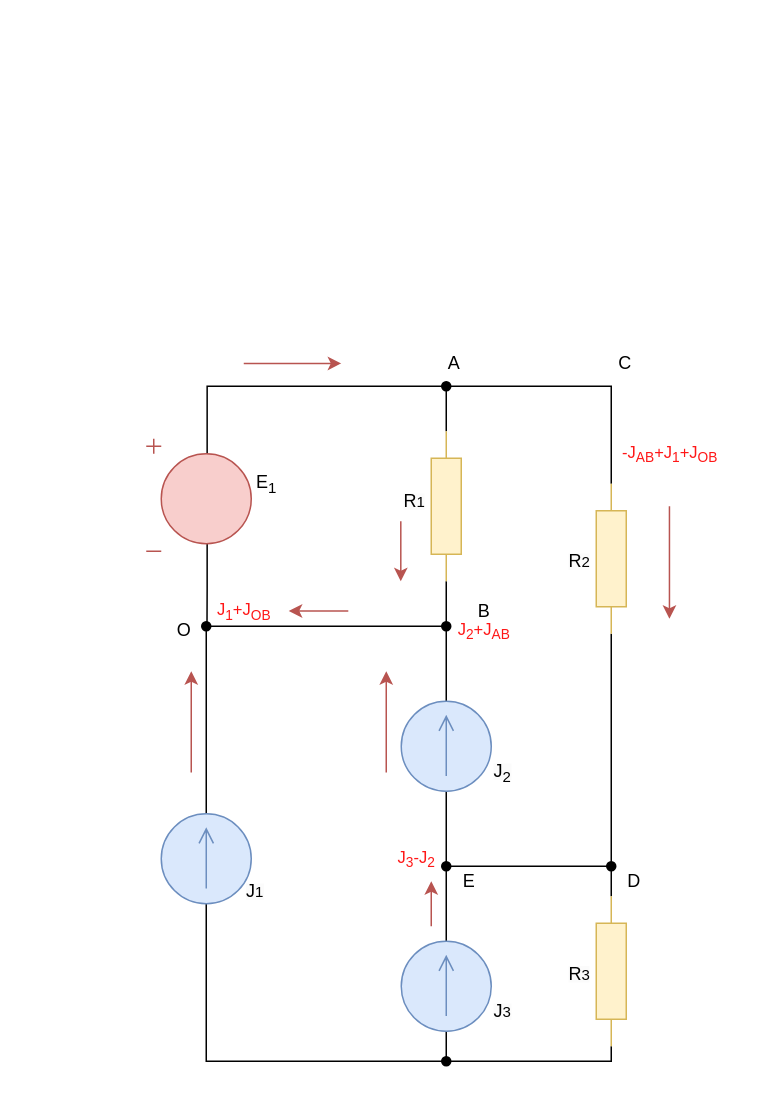
Before: page "task_calculations" (4 of 4) of lab1/lab1.drawio in nlrezortiez/eltex_23-24, a draw.io diagram. Source tidied: cells renumbered, new cells numbered last; positions are measured from the earlier drawing's top-left corner, leaving out a move shared by most shapes. Both pictures are drawn from the tidied source at 150%, with x=0, y=0 at pixel (26, 26).
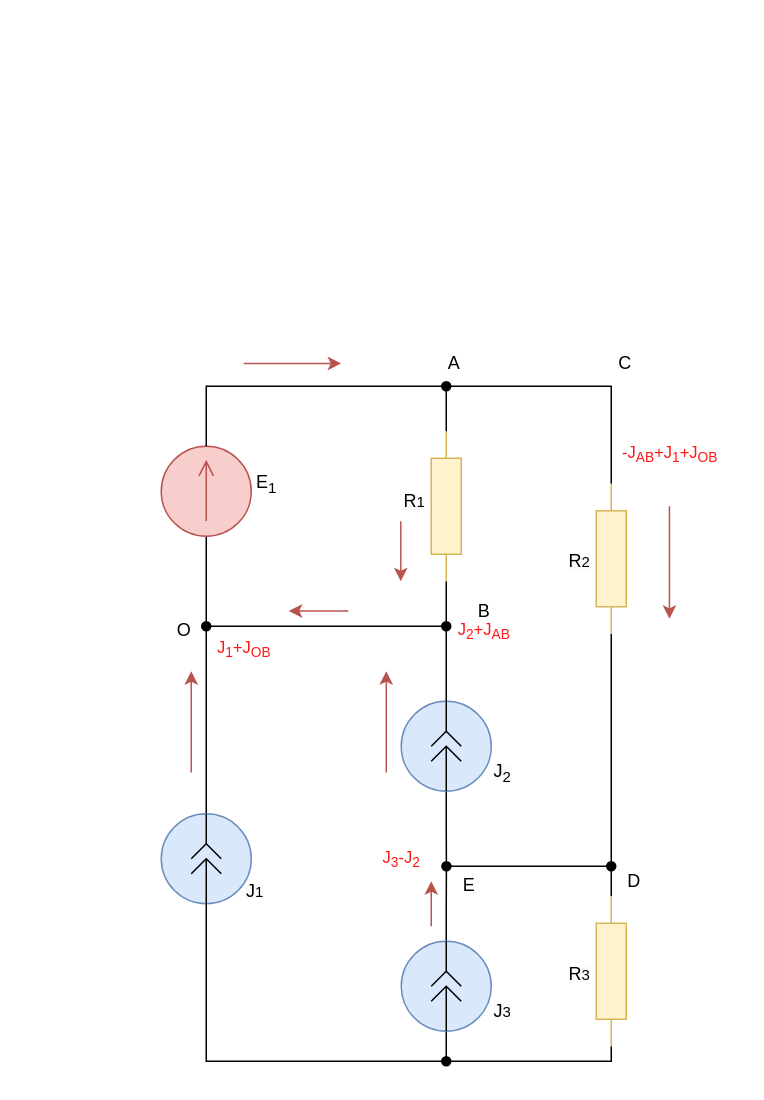
The same diagram, later.

The change refers to these unchanged cells:
```xml
<mxCell id="9" style="verticalLabelPosition=bottom;shadow=0;dashed=0;align=center;html=1;verticalAlign=top;shape=mxgraph.electrical.resistors.resistor_1;direction=south;fillColor=#fff2cc;strokeColor=#d6b656;" parent="1" vertex="1">
  <mxGeometry x="270" y="270" width="20" height="100" as="geometry" />
</mxCell>
```

What changed in the source:
```diff
@@
-    <mxCell id="2" style="edgeStyle=orthogonalEdgeStyle;rounded=0;jettySize=auto;html=1;exitX=0.58;exitY=0.135;exitDx=0;exitDy=0;exitPerimeter=0;entryX=0;entryY=0.5;entryDx=0;entryDy=0;entryPerimeter=0;endArrow=none;endFill=0;" parent="1" edge="1" source="4" target="9">
-      <mxGeometry relative="1" as="geometry">
-        <Array as="points">
-          <mxPoint x="121" y="240" />
-          <mxPoint x="280" y="240" />
-        </Array>
-      </mxGeometry>
-    </mxCell>
-    <mxCell id="3" style="edgeStyle=orthogonalEdgeStyle;rounded=0;jettySize=auto;html=1;exitX=0.58;exitY=0.935;exitDx=0;exitDy=0;exitPerimeter=0;endArrow=none;endFill=0;" parent="1" edge="1" source="4">
-      <mxGeometry relative="1" as="geometry">
-        <mxPoint x="120.5" y="400" as="targetPoint" />
-      </mxGeometry>
-    </mxCell>
-    <mxCell id="4" style="verticalLabelPosition=bottom;shadow=0;dashed=0;align=center;html=1;verticalAlign=top;shape=mxgraph.electrical.signal_sources.dc_source_1;fillColor=#f8cecc;strokeColor=#b85450;" parent="1" vertex="1">
-      <mxGeometry x="80" y="275" width="70" height="75" as="geometry" />
-    </mxCell>
@@
-    <mxCell id="13" style="edgeStyle=orthogonalEdgeStyle;rounded=0;jettySize=auto;html=1;exitX=0;exitY=0.5;exitDx=0;exitDy=0;exitPerimeter=0;entryX=0;entryY=0.5;entryDx=0;entryDy=0;entryPerimeter=0;endArrow=none;endFill=0;" parent="1" edge="1" source="15" target="20">
-      <mxGeometry relative="1" as="geometry" />
-    </mxCell>
-    <mxCell id="14" style="edgeStyle=orthogonalEdgeStyle;rounded=0;jettySize=auto;html=1;exitX=1;exitY=0.5;exitDx=0;exitDy=0;exitPerimeter=0;endArrow=oval;endFill=1;" parent="1" edge="1" source="15">
+    <mxCell id="14" style="edgeStyle=orthogonalEdgeStyle;rounded=0;orthogonalLoop=1;jettySize=auto;html=1;exitX=1;exitY=0.5;exitDx=0;exitDy=0;exitPerimeter=0;endArrow=oval;endFill=1;" parent="1" edge="1">
       <mxGeometry relative="1" as="geometry">
+        <mxPoint x="120" y="525" as="sourcePoint" />
         <mxPoint x="120" y="400" as="targetPoint" />
       </mxGeometry>
     </mxCell>
-    <mxCell id="15" style="verticalLabelPosition=bottom;shadow=0;dashed=0;align=center;html=1;verticalAlign=top;shape=mxgraph.electrical.signal_sources.source;points=[[0.5,0,0],[1,0.5,0],[0.5,1,0],[0,0.5,0]];elSignalType=dc1;direction=north;fillColor=#dae8fc;strokeColor=#6c8ebf;" parent="1" vertex="1">
-      <mxGeometry x="90" y="525" width="60" height="60" as="geometry" />
-    </mxCell>
-    <mxCell id="16" style="edgeStyle=orthogonalEdgeStyle;rounded=0;jettySize=auto;html=1;exitX=0;exitY=0.5;exitDx=0;exitDy=0;exitPerimeter=0;endArrow=none;endFill=0;" parent="1" edge="1" source="18">
-      <mxGeometry relative="1" as="geometry">
-        <mxPoint x="280" y="560" as="targetPoint" />
-      </mxGeometry>
-    </mxCell>
-    <mxCell id="17" style="edgeStyle=orthogonalEdgeStyle;rounded=0;jettySize=auto;html=1;exitX=1;exitY=0.5;exitDx=0;exitDy=0;exitPerimeter=0;endArrow=none;endFill=0;" parent="1" edge="1" source="18">
-      <mxGeometry relative="1" as="geometry">
-        <mxPoint x="120" y="400" as="targetPoint" />
-        <Array as="points">
-          <mxPoint x="280" y="400" />
-        </Array>
-      </mxGeometry>
-    </mxCell>
-    <mxCell id="18" style="verticalLabelPosition=bottom;shadow=0;dashed=0;align=center;html=1;verticalAlign=top;shape=mxgraph.electrical.signal_sources.source;points=[[0.5,0,0],[1,0.5,0],[0.5,1,0],[0,0.5,0]];elSignalType=dc1;direction=north;fillColor=#dae8fc;strokeColor=#6c8ebf;" parent="1" vertex="1">
-      <mxGeometry x="250" y="450" width="60" height="60" as="geometry" />
-    </mxCell>
-    <mxCell id="19" style="edgeStyle=orthogonalEdgeStyle;rounded=0;jettySize=auto;html=1;exitX=1;exitY=0.5;exitDx=0;exitDy=0;exitPerimeter=0;endArrow=oval;endFill=1;" parent="1" edge="1" source="20">
-      <mxGeometry relative="1" as="geometry">
-        <mxPoint x="280" y="560" as="targetPoint" />
-      </mxGeometry>
-    </mxCell>
-    <mxCell id="20" style="verticalLabelPosition=bottom;shadow=0;dashed=0;align=center;html=1;verticalAlign=top;shape=mxgraph.electrical.signal_sources.source;points=[[0.5,0,0],[1,0.5,0],[0.5,1,0],[0,0.5,0]];elSignalType=dc1;direction=north;fillColor=#dae8fc;strokeColor=#6c8ebf;" parent="1" vertex="1">
-      <mxGeometry x="250" y="610" width="60" height="60" as="geometry" />
-    </mxCell>
@@
     <mxCell id="34" value="E" style="text;html=1;align=center;verticalAlign=middle;strokeColor=none;fillColor=none;" parent="1" vertex="1">
-      <mxGeometry x="280" y="555" width="30" height="30" as="geometry" />
+      <mxGeometry x="280" y="557.5" width="30" height="30" as="geometry" />
     </mxCell>
@@
     <mxCell id="39" value="&lt;font color=&quot;#ff1717&quot; style=&quot;font-size: 11px;&quot;&gt;J&lt;sub&gt;3&lt;/sub&gt;-J&lt;sub&gt;2&lt;/sub&gt;&lt;/font&gt;" style="text;html=1;align=center;verticalAlign=middle;strokeColor=none;fillColor=none;rotation=0;" parent="1" vertex="1">
-      <mxGeometry x="235" y="540" width="50" height="30" as="geometry" />
+      <mxGeometry x="225" y="540" width="50" height="30" as="geometry" />
     </mxCell>
@@
     <mxCell id="43" value="&lt;font style=&quot;font-size: 11px;&quot;&gt;&lt;font color=&quot;#ff1717&quot; style=&quot;font-size: 11px;&quot;&gt;J&lt;/font&gt;&lt;font color=&quot;#ff1717&quot; style=&quot;font-size: 11px;&quot;&gt;&lt;sub&gt;1&lt;/sub&gt;+J&lt;/font&gt;&lt;font color=&quot;#ff1717&quot; style=&quot;font-size: 11px;&quot;&gt;&lt;sub style=&quot;&quot;&gt;OB&lt;/sub&gt;&lt;/font&gt;&lt;/font&gt;" style="text;html=1;align=center;verticalAlign=middle;strokeColor=none;fillColor=none;rotation=0;" parent="1" vertex="1">
-      <mxGeometry x="115" y="375" width="60" height="30" as="geometry" />
+      <mxGeometry x="115" y="400" width="60" height="30" as="geometry" />
     </mxCell>
@@
+    <mxCell id="46" style="ellipse;whiteSpace=wrap;html=1;fillColor=#dae8fc;strokeColor=#6c8ebf;" parent="1" vertex="1">
+      <mxGeometry x="90" y="525" width="60" height="60" as="geometry" />
+    </mxCell>
+    <mxCell id="47" style="verticalLabelPosition=bottom;shadow=0;dashed=0;align=center;html=1;verticalAlign=top;shape=mxgraph.electrical.miscellaneous.plug_socket_connection;" parent="1" vertex="1">
+      <mxGeometry x="110" y="545" width="20" height="20" as="geometry" />
+    </mxCell>
+    <mxCell id="48" style="endArrow=none;html=1;rounded=0;exitX=0.5;exitY=1;exitDx=0;exitDy=0;entryX=0.5;entryY=0.5;entryDx=0;entryDy=0;entryPerimeter=0;" parent="1" edge="1" source="46" target="47">
+      <mxGeometry relative="1" as="geometry" />
+    </mxCell>
+    <mxCell id="49" style="endArrow=none;html=1;rounded=0;exitX=0.5;exitY=0;exitDx=0;exitDy=0;entryX=0.5;entryY=0;entryDx=0;entryDy=0;exitPerimeter=0;" parent="1" edge="1" source="47" target="46">
+      <mxGeometry relative="1" as="geometry" />
+    </mxCell>
+    <mxCell id="50" style="edgeStyle=orthogonalEdgeStyle;rounded=0;jettySize=auto;html=1;exitX=0.5;exitY=0;exitDx=0;exitDy=0;endArrow=oval;endFill=1;" parent="1" edge="1" source="52">
+      <mxGeometry relative="1" as="geometry">
+        <mxPoint x="280.1" y="560" as="targetPoint" />
+      </mxGeometry>
+    </mxCell>
+    <mxCell id="51" style="edgeStyle=orthogonalEdgeStyle;rounded=0;jettySize=auto;html=1;exitX=0.5;exitY=1;exitDx=0;exitDy=0;entryX=0.5;entryY=1;entryDx=0;entryDy=0;endArrow=none;endFill=0;" parent="1" edge="1" source="52" target="46">
+      <mxGeometry relative="1" as="geometry" />
+    </mxCell>
+    <mxCell id="52" style="ellipse;whiteSpace=wrap;html=1;fillColor=#dae8fc;strokeColor=#6c8ebf;" parent="1" vertex="1">
+      <mxGeometry x="250" y="610" width="60" height="60" as="geometry" />
+    </mxCell>
+    <mxCell id="53" style="verticalLabelPosition=bottom;shadow=0;dashed=0;align=center;html=1;verticalAlign=top;shape=mxgraph.electrical.miscellaneous.plug_socket_connection;" parent="1" vertex="1">
+      <mxGeometry x="270" y="630" width="20" height="20" as="geometry" />
+    </mxCell>
+    <mxCell id="54" style="endArrow=none;html=1;rounded=0;exitX=0.5;exitY=1;exitDx=0;exitDy=0;entryX=0.5;entryY=0.5;entryDx=0;entryDy=0;entryPerimeter=0;" parent="1" edge="1" source="52" target="53">
+      <mxGeometry relative="1" as="geometry" />
+    </mxCell>
+    <mxCell id="55" style="endArrow=none;html=1;rounded=0;exitX=0.5;exitY=0;exitDx=0;exitDy=0;entryX=0.5;entryY=0;entryDx=0;entryDy=0;exitPerimeter=0;" parent="1" edge="1" source="53" target="52">
+      <mxGeometry relative="1" as="geometry" />
+    </mxCell>
+    <mxCell id="56" style="edgeStyle=orthogonalEdgeStyle;rounded=0;jettySize=auto;html=1;exitX=0.5;exitY=1;exitDx=0;exitDy=0;endArrow=none;endFill=0;" parent="1" edge="1" source="57">
+      <mxGeometry relative="1" as="geometry">
+        <mxPoint x="280.1" y="560" as="targetPoint" />
+      </mxGeometry>
+    </mxCell>
+    <mxCell id="57" style="ellipse;whiteSpace=wrap;html=1;fillColor=#dae8fc;strokeColor=#6c8ebf;" parent="1" vertex="1">
+      <mxGeometry x="250" y="450" width="60" height="60" as="geometry" />
+    </mxCell>
+    <mxCell id="58" style="verticalLabelPosition=bottom;shadow=0;dashed=0;align=center;html=1;verticalAlign=top;shape=mxgraph.electrical.miscellaneous.plug_socket_connection;" parent="1" vertex="1">
+      <mxGeometry x="270" y="470" width="20" height="20" as="geometry" />
+    </mxCell>
+    <mxCell id="59" style="endArrow=none;html=1;rounded=0;exitX=0.5;exitY=1;exitDx=0;exitDy=0;entryX=0.5;entryY=0.5;entryDx=0;entryDy=0;entryPerimeter=0;" parent="1" edge="1" source="57" target="58">
+      <mxGeometry relative="1" as="geometry" />
+    </mxCell>
+    <mxCell id="60" style="endArrow=none;html=1;rounded=0;exitX=0.5;exitY=0;exitDx=0;exitDy=0;entryX=0.5;entryY=0;entryDx=0;entryDy=0;exitPerimeter=0;" parent="1" edge="1" source="58" target="57">
+      <mxGeometry relative="1" as="geometry" />
+    </mxCell>
+    <mxCell id="61" style="edgeStyle=orthogonalEdgeStyle;rounded=0;jettySize=auto;html=1;exitX=0.5;exitY=0;exitDx=0;exitDy=0;endArrow=none;endFill=0;" parent="1" edge="1" source="57">
+      <mxGeometry relative="1" as="geometry">
+        <mxPoint x="120" y="400" as="targetPoint" />
+        <Array as="points">
+          <mxPoint x="280" y="400" />
+        </Array>
+      </mxGeometry>
+    </mxCell>
+    <mxCell id="62" style="edgeStyle=orthogonalEdgeStyle;rounded=0;jettySize=auto;html=1;exitX=0;exitY=0.5;exitDx=0;exitDy=0;exitPerimeter=0;endArrow=none;endFill=0;" parent="1" edge="1" source="63">
+      <mxGeometry relative="1" as="geometry">
+        <mxPoint x="120" y="400" as="targetPoint" />
+      </mxGeometry>
+    </mxCell>
+    <mxCell id="63" style="verticalLabelPosition=bottom;shadow=0;dashed=0;align=center;html=1;verticalAlign=top;shape=mxgraph.electrical.signal_sources.source;points=[[0.5,0,0],[1,0.5,0],[0.5,1,0],[0,0.5,0]];elSignalType=dc1;direction=north;fillColor=#f8cecc;strokeColor=#b85450;" parent="1" vertex="1">
+      <mxGeometry x="90" y="280" width="60" height="60" as="geometry" />
+    </mxCell>
+    <mxCell id="64" style="edgeStyle=orthogonalEdgeStyle;rounded=0;jettySize=auto;html=1;exitX=1;exitY=0.5;exitDx=0;exitDy=0;exitPerimeter=0;entryX=0;entryY=0.5;entryDx=0;entryDy=0;entryPerimeter=0;endArrow=none;endFill=0;" parent="1" edge="1" source="63" target="9">
+      <mxGeometry relative="1" as="geometry">
+        <Array as="points">
+          <mxPoint x="120" y="240" />
+          <mxPoint x="280" y="240" />
+        </Array>
+      </mxGeometry>
+    </mxCell>
```
